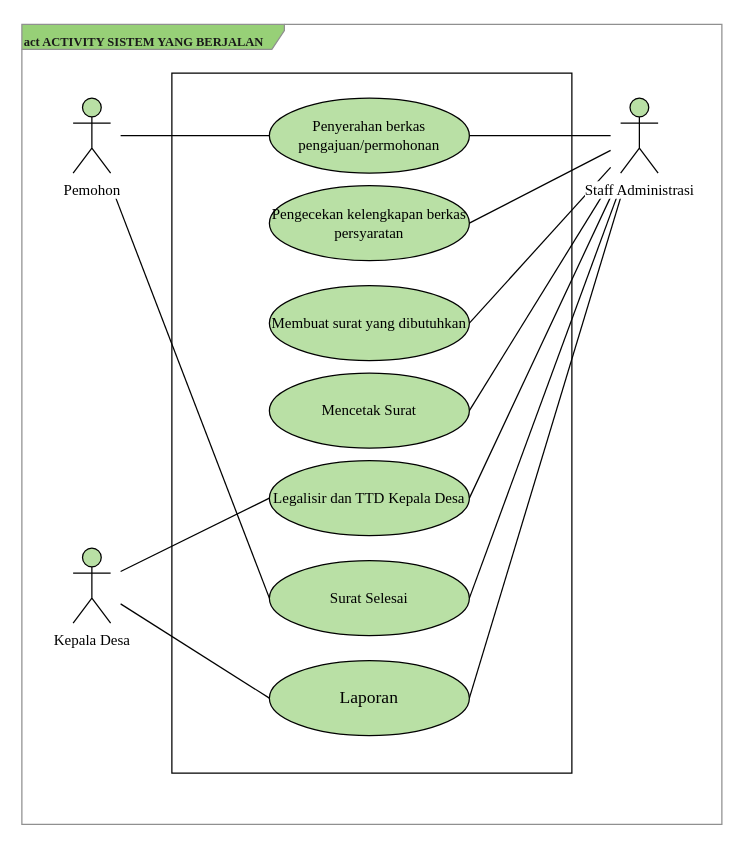
Above: page "use case" (1 of 3) of prosedur yang berjalan.drawio in AkbarMarunduri/Saga-Diagram (draw.io), before the change. Source tidied: cells renumbered, new cells numbered last; positions are measured from the earlier drawing's top-left corner, leaving out a move shared by most shapes. Both pictures are drawn from the tidied source at 125%, with x=0, y=0 at pixel (21, 24).
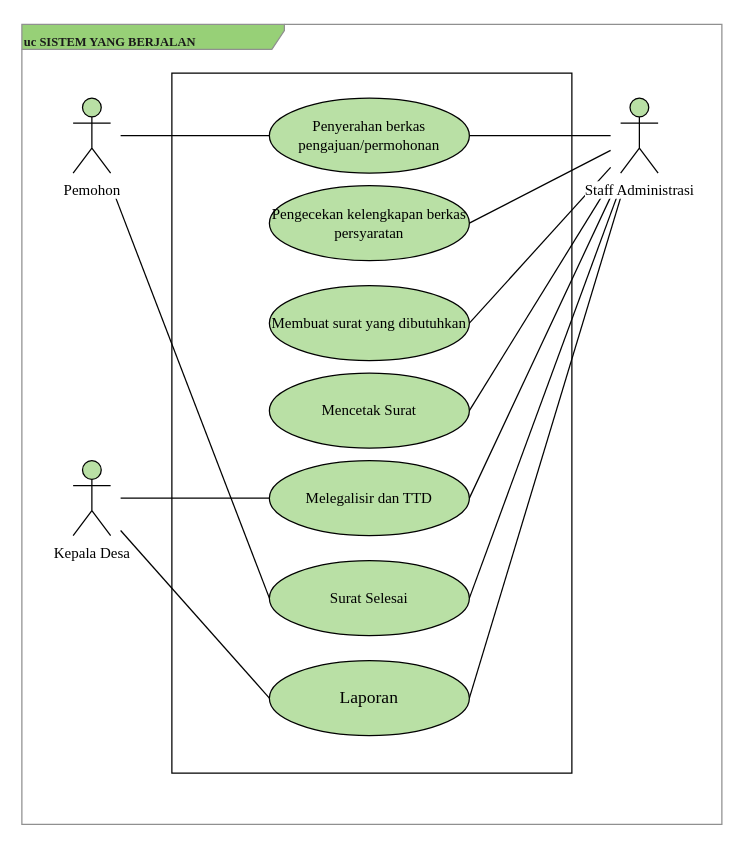
Above is the later version.

Change to the diagram source:
```diff
@@
-    <mxCell id="2" value="&lt;font size=&quot;1&quot;&gt;&lt;b&gt;act ACTIVITY SISTEM YANG BERJALAN&lt;/b&gt;&lt;/font&gt;" style="shape=umlFrame;whiteSpace=wrap;html=1;hachureGap=4;fontFamily=Times New Roman;fontSize=20;width=210;height=20;fillColor=#97D077;strokeColor=#909090;fontColor=#1A1A1A;align=left;" parent="1" vertex="1">
+    <mxCell id="2" value="&lt;font size=&quot;1&quot;&gt;&lt;b&gt;uc SISTEM YANG BERJALAN&lt;/b&gt;&lt;/font&gt;" style="shape=umlFrame;whiteSpace=wrap;html=1;hachureGap=4;fontFamily=Times New Roman;fontSize=20;width=210;height=20;fillColor=#97D077;strokeColor=#909090;fontColor=#1A1A1A;align=left;" parent="1" vertex="1">
       <mxGeometry width="560" height="640" as="geometry" />
     </mxCell>
@@
     <mxCell id="14" value="Kepala Desa" style="shape=umlActor;verticalLabelPosition=bottom;verticalAlign=top;html=1;outlineConnect=0;hachureGap=4;fontFamily=Times New Roman;fontSize=12;fillColor=#B9E0A5;" parent="1" vertex="1">
-      <mxGeometry x="41" y="419" width="30" height="60" as="geometry" />
+      <mxGeometry x="41" y="349" width="30" height="60" as="geometry" />
     </mxCell>
@@
-    <mxCell id="19" value="Legalisir dan TTD Kepala Desa" style="ellipse;whiteSpace=wrap;html=1;hachureGap=4;fontFamily=Times New Roman;fontSize=12;fillColor=#B9E0A5;" parent="1" vertex="1">
+    <mxCell id="19" value="Melegalisir dan TTD" style="ellipse;whiteSpace=wrap;html=1;hachureGap=4;fontFamily=Times New Roman;fontSize=12;fillColor=#B9E0A5;" parent="1" vertex="1">
       <mxGeometry x="198" y="349" width="160" height="60" as="geometry" />
     </mxCell>
```
